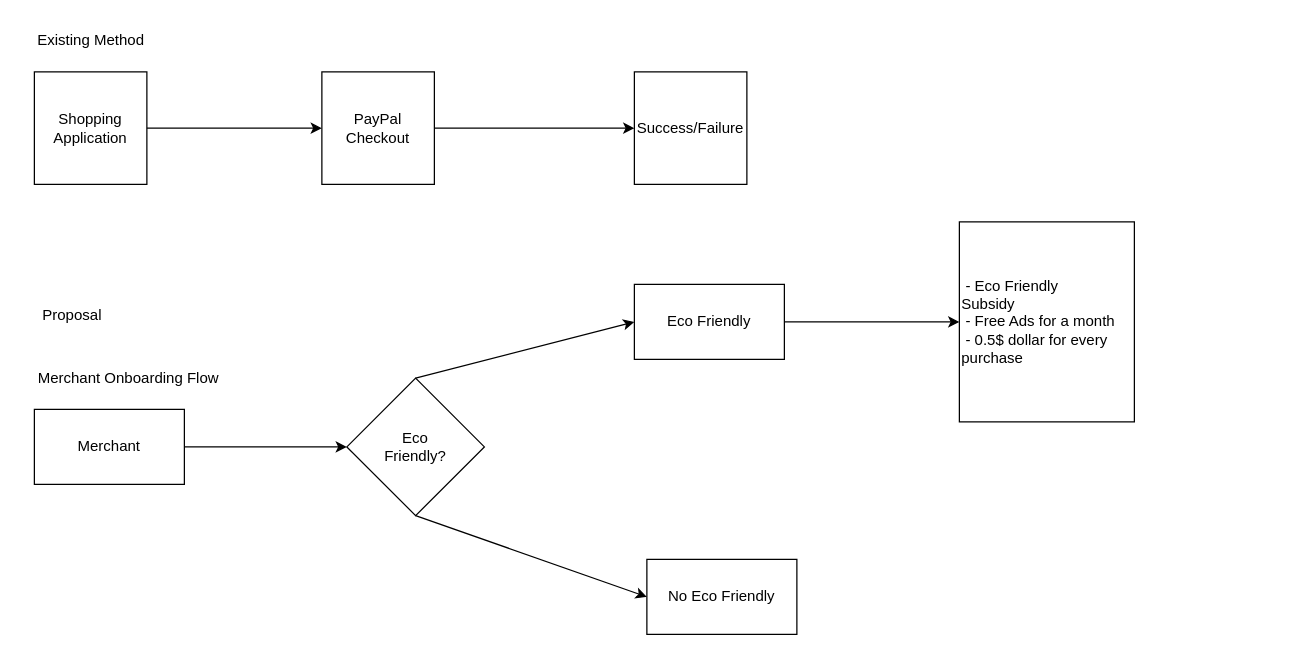
Above: Untitled Diagram.drawio in mithun9421/drawio (draw.io), before the change. Source tidied: cells renumbered, new cells numbered last; positions are measured from the earlier drawing's top-left corner, leaving out a move shared by most shapes. Both pictures are drawn from the tidied source at 125%, with x=0, y=0 at pixel (21, 21).
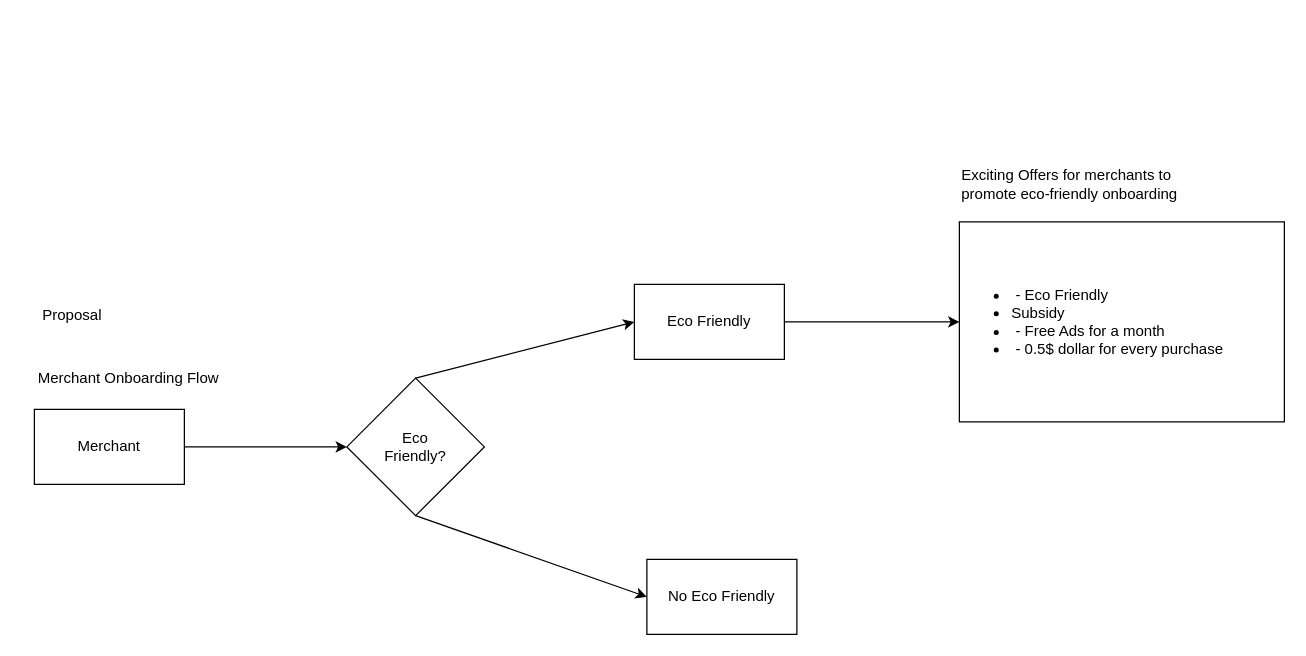
The same diagram, later.

Change to the diagram source:
```diff
@@
 <mxGraphModel>
   <root>
     <mxCell id="0" />
     <mxCell id="1" parent="0" />
-    <mxCell id="2" value="Shopping Application" style="whiteSpace=wrap;html=1;" parent="1" vertex="1">
-      <mxGeometry x="10" y="40" width="90" height="90" as="geometry" />
-    </mxCell>
-    <mxCell id="3" value="&lt;div&gt;PayPal&lt;/div&gt;&lt;div&gt;Checkout&lt;br&gt;&lt;/div&gt;" style="whiteSpace=wrap;html=1;" parent="1" vertex="1">
-      <mxGeometry x="240" y="40" width="90" height="90" as="geometry" />
-    </mxCell>
-    <mxCell id="4" style="endArrow=classic;html=1;rounded=0;exitX=1;exitY=0.5;exitDx=0;exitDy=0;entryX=0;entryY=0.5;entryDx=0;entryDy=0;" parent="1" edge="1" source="2" target="3">
-      <mxGeometry relative="1" as="geometry" />
-    </mxCell>
-    <mxCell id="5" value="Success/Failure" style="whiteSpace=wrap;html=1;" parent="1" vertex="1">
-      <mxGeometry x="490" y="40" width="90" height="90" as="geometry" />
-    </mxCell>
-    <mxCell id="6" style="endArrow=classic;html=1;rounded=0;exitX=1;exitY=0.5;exitDx=0;exitDy=0;entryX=0;entryY=0.5;entryDx=0;entryDy=0;" parent="1" edge="1" source="3" target="5">
-      <mxGeometry relative="1" as="geometry" />
-    </mxCell>
-    <mxCell id="7" value="Existing Method" style="text;html=1;align=center;verticalAlign=middle;strokeColor=none;fillColor=none;" parent="1" vertex="1">
-      <mxGeometry width="110" height="30" as="geometry" />
-    </mxCell>
     <mxCell id="8" value="Merchant" style="rounded=0;whiteSpace=wrap;html=1;" parent="1" vertex="1">
       <mxGeometry x="10" y="310" width="120" height="60" as="geometry" />
     </mxCell>
     <mxCell id="9" value="Proposal" style="text;html=1;align=center;verticalAlign=middle;strokeColor=none;fillColor=none;" parent="1" vertex="1">
       <mxGeometry x="5" y="220" width="70" height="30" as="geometry" />
     </mxCell>
     <mxCell id="10" value="Merchant Onboarding Flow" style="text;html=1;align=center;verticalAlign=middle;strokeColor=none;fillColor=none;" parent="1" vertex="1">
       <mxGeometry y="270" width="170" height="30" as="geometry" />
     </mxCell>
     <mxCell id="11" value="&lt;div&gt;Eco&lt;/div&gt;&lt;div&gt;Friendly?&lt;/div&gt;" style="rhombus;whiteSpace=wrap;html=1;" parent="1" vertex="1">
       <mxGeometry x="260" y="285" width="110" height="110" as="geometry" />
     </mxCell>
     <mxCell id="12" style="endArrow=classic;html=1;rounded=0;exitX=1;exitY=0.5;exitDx=0;exitDy=0;" parent="1" edge="1" source="8" target="11">
       <mxGeometry relative="1" as="geometry" />
     </mxCell>
     <mxCell id="13" value="Eco Friendly" style="rounded=0;whiteSpace=wrap;html=1;" parent="1" vertex="1">
       <mxGeometry x="490" y="210" width="120" height="60" as="geometry" />
     </mxCell>
     <mxCell id="14" style="endArrow=classic;html=1;rounded=0;exitX=0.5;exitY=0;exitDx=0;exitDy=0;entryX=0;entryY=0.5;entryDx=0;entryDy=0;" parent="1" edge="1" source="11" target="13">
       <mxGeometry relative="1" as="geometry" />
     </mxCell>
     <mxCell id="15" value="No Eco Friendly" style="rounded=0;whiteSpace=wrap;html=1;" parent="1" vertex="1">
       <mxGeometry x="500" y="430" width="120" height="60" as="geometry" />
     </mxCell>
     <mxCell id="16" style="endArrow=classic;html=1;rounded=0;exitX=0.5;exitY=1;exitDx=0;exitDy=0;entryX=0;entryY=0.5;entryDx=0;entryDy=0;" parent="1" edge="1" source="11" target="15">
       <mxGeometry relative="1" as="geometry" />
     </mxCell>
-    <mxCell id="17" value="&lt;div align=&quot;left&quot;&gt;&amp;nbsp;- Eco Friendly&lt;/div&gt;&lt;div align=&quot;left&quot;&gt;Subsidy&lt;/div&gt;&lt;div align=&quot;left&quot;&gt;&amp;nbsp;- Free Ads for a month&lt;/div&gt;&lt;div align=&quot;left&quot;&gt;&amp;nbsp;- 0.5$ dollar for every purchase&lt;br&gt;&lt;/div&gt;" style="rounded=0;whiteSpace=wrap;html=1;align=left;" parent="1" vertex="1">
-      <mxGeometry x="750" y="160" width="140" height="160" as="geometry" />
+    <mxCell id="17" value="&lt;ul&gt;&lt;li align=&quot;left&quot;&gt;&amp;nbsp;- Eco Friendly&lt;/li&gt;&lt;li align=&quot;left&quot;&gt;Subsidy&lt;/li&gt;&lt;li align=&quot;left&quot;&gt;&amp;nbsp;- Free Ads for a month&lt;/li&gt;&lt;li align=&quot;left&quot;&gt;&amp;nbsp;- 0.5$ dollar for every purchase&lt;/li&gt;&lt;/ul&gt;" style="rounded=0;whiteSpace=wrap;html=1;align=left;" parent="1" vertex="1">
+      <mxGeometry x="750" y="160" width="260" height="160" as="geometry" />
     </mxCell>
     <mxCell id="18" style="endArrow=classic;html=1;rounded=0;exitX=1;exitY=0.5;exitDx=0;exitDy=0;" parent="1" edge="1" source="13" target="17">
       <mxGeometry relative="1" as="geometry" />
     </mxCell>
+    <mxCell id="19" value="&lt;div&gt;Exciting Offers for merchants to&amp;nbsp;&lt;/div&gt;&lt;div&gt;promote eco-friendly onboarding&lt;/div&gt;" style="text;html=1;align=left;verticalAlign=middle;strokeColor=none;fillColor=none;" parent="1" vertex="1">
+      <mxGeometry x="750" y="110" width="200" height="40" as="geometry" />
+    </mxCell>
   </root>
 </mxGraphModel>
```
